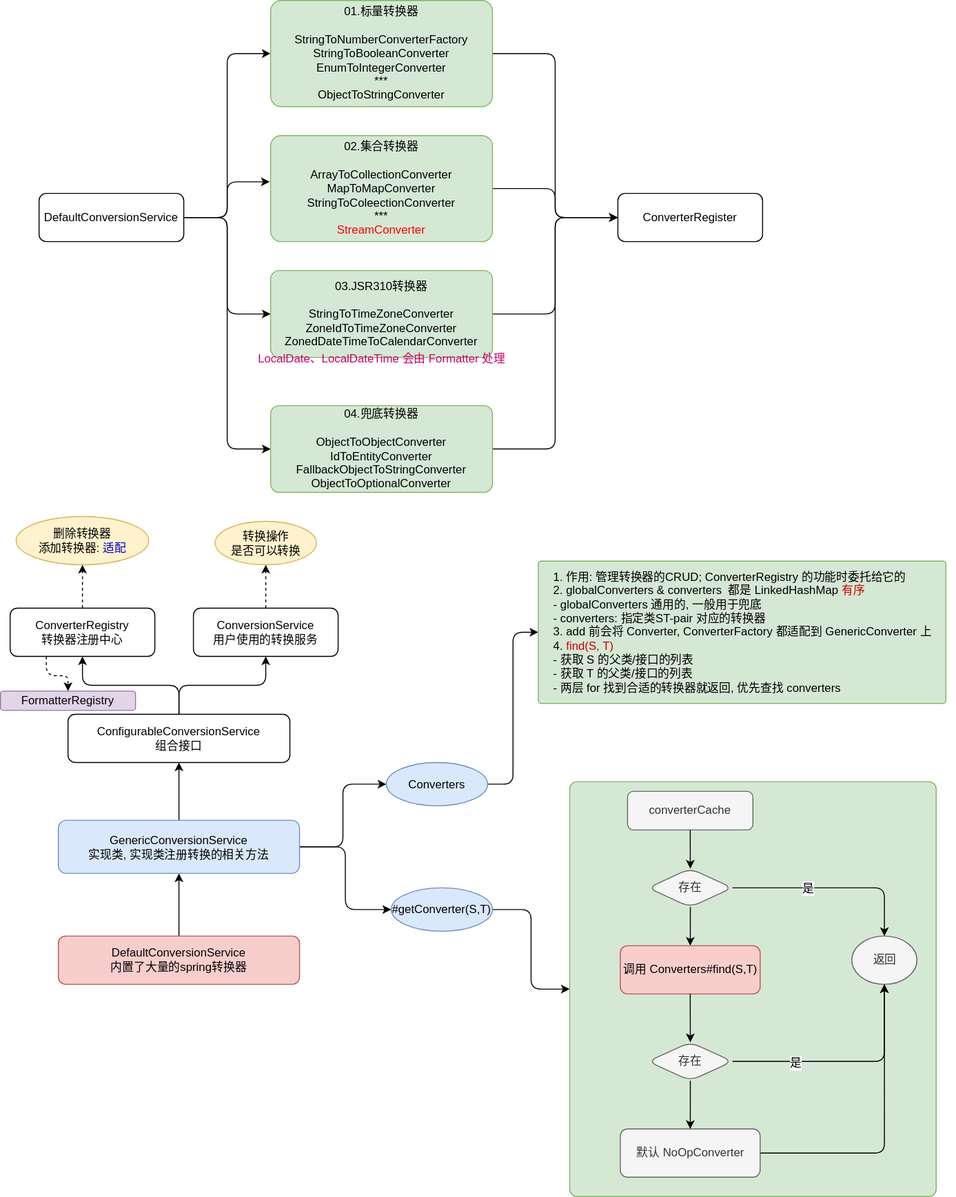
Alice52/diagrams keeps this draw.io diagram as diagrams/spring/type-convert/03.conversion-service.svg. Above is the earlier version. Source tidied: cells renumbered, new cells last; positions are measured from the earlier drawing's top-left corner, leaving out a move shared by most shapes.
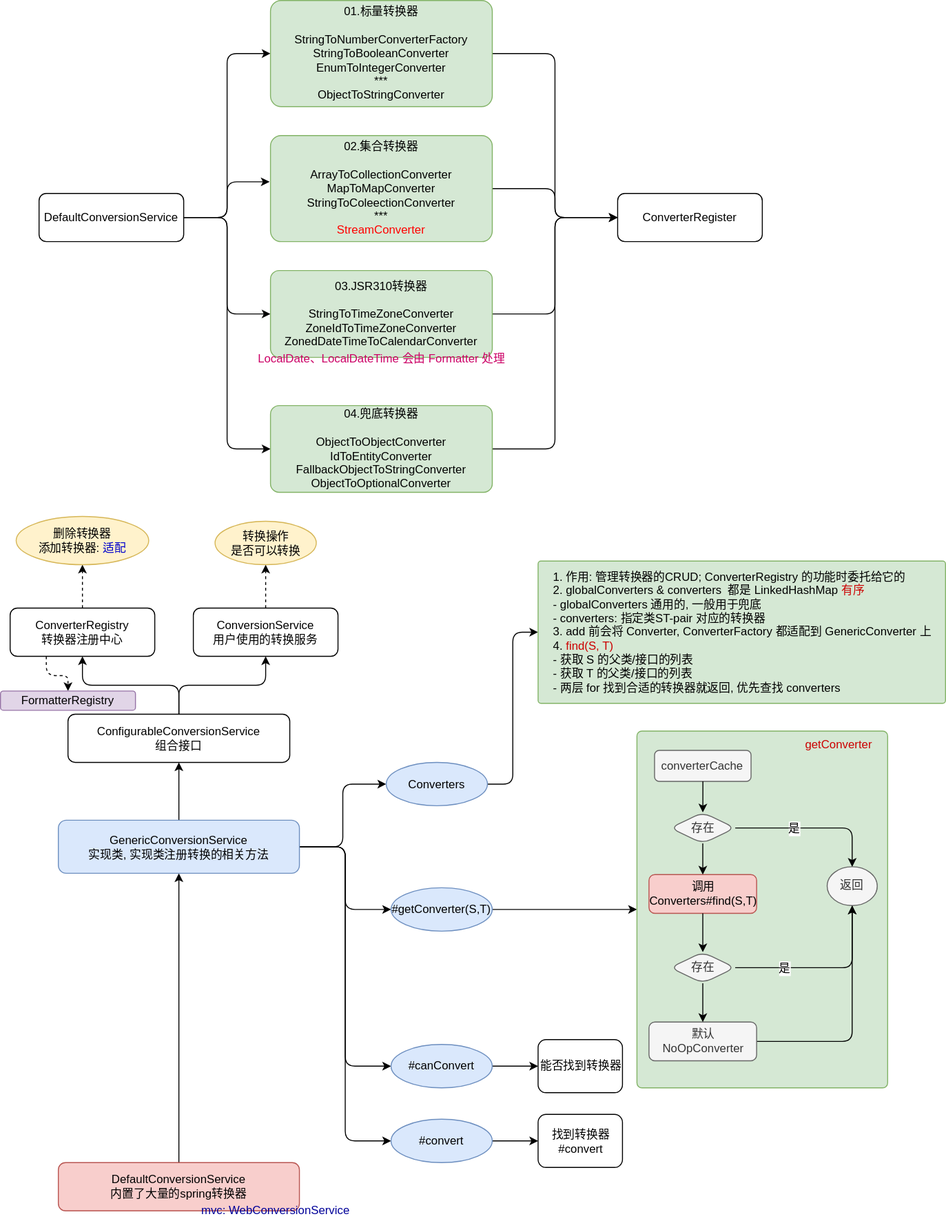
After the commit.

Commit message:
spring: refine type converter

What changed in the source:
```diff
@@ -51,7 +51,7 @@
       <mxGeometry relative="1" as="geometry" />
     </mxCell>
     <mxCell id="18" value="DefaultConversionService&lt;br&gt;内置了大量的spring转换器" style="rounded=1;whiteSpace=wrap;html=1;fillColor=#f8cecc;strokeColor=#b85450;" parent="1" vertex="1">
-      <mxGeometry x="60" y="970" width="250" height="50" as="geometry" />
+      <mxGeometry x="60" y="1205" width="250" height="50" as="geometry" />
     </mxCell>
     <mxCell id="19" style="edgeStyle=orthogonalEdgeStyle;rounded=0;jettySize=auto;html=1;" parent="1" edge="1" source="22" target="25">
       <mxGeometry relative="1" as="geometry" />
@@ -62,6 +62,12 @@
     <mxCell id="21" style="edgeStyle=orthogonalEdgeStyle;rounded=1;jettySize=auto;html=1;entryX=0;entryY=0.5;entryDx=0;entryDy=0;strokeColor=#000000;" parent="1" edge="1" source="22" target="35">
       <mxGeometry relative="1" as="geometry" />
     </mxCell>
+    <mxCell id="57" style="edgeStyle=orthogonalEdgeStyle;rounded=1;jettySize=auto;html=1;entryX=0;entryY=0.5;entryDx=0;entryDy=0;" parent="1" edge="1" source="22" target="62">
+      <mxGeometry relative="1" as="geometry" />
+    </mxCell>
+    <mxCell id="58" style="edgeStyle=orthogonalEdgeStyle;rounded=1;jettySize=auto;html=1;entryX=0;entryY=0.5;entryDx=0;entryDy=0;" parent="1" edge="1" source="22" target="64">
+      <mxGeometry relative="1" as="geometry" />
+    </mxCell>
     <mxCell id="22" value="GenericConversionService&lt;br&gt;实现类, 实现类注册转换的相关方法" style="rounded=1;whiteSpace=wrap;html=1;fillColor=#dae8fc;strokeColor=#6c8ebf;" parent="1" vertex="1">
       <mxGeometry x="60" y="850" width="250" height="55" as="geometry" />
     </mxCell>
@@ -113,59 +119,80 @@
     <mxCell id="38" value="#getConverter(S,T)" style="ellipse;whiteSpace=wrap;html=1;rounded=1;fillColor=#dae8fc;strokeColor=#6c8ebf;" parent="1" vertex="1">
       <mxGeometry x="405" y="920" width="105" height="45" as="geometry" />
     </mxCell>
-    <mxCell id="39" style="group;" parent="1" vertex="1">
-      <mxGeometry x="590" y="810" width="400" height="430" as="geometry" />
-    </mxCell>
+    <mxCell id="59" style="group;" parent="1" vertex="1">
+      <mxGeometry x="660" y="757.5" width="260" height="370" as="geometry" />
+    </mxCell>
-    <mxCell id="40" value="&lt;div style=&quot;text-align: left&quot;&gt;&lt;br&gt;&lt;/div&gt;" style="whiteSpace=wrap;html=1;rounded=1;strokeColor=#82b366;fillColor=#d5e8d4;arcSize=2;" parent="39" vertex="1">
-      <mxGeometry width="380" height="430" as="geometry" />
+    <mxCell id="40" value="&lt;div style=&quot;text-align: left&quot;&gt;&lt;br&gt;&lt;/div&gt;" style="whiteSpace=wrap;html=1;rounded=1;strokeColor=#82b366;fillColor=#d5e8d4;arcSize=2;" parent="59" vertex="1">
+      <mxGeometry width="260" height="370" as="geometry" />
     </mxCell>
-    <mxCell id="41" style="group;" parent="39" vertex="1">
-      <mxGeometry x="52.5" y="10" width="347.5" height="410" as="geometry" />
-    </mxCell>
-    <mxCell id="42" value="converterCache" style="rounded=1;whiteSpace=wrap;html=1;fillColor=#f5f5f5;strokeColor=#666666;fontColor=#333333;" parent="41" vertex="1">
-      <mxGeometry x="7.5" width="130" height="40" as="geometry" />
+    <mxCell id="42" value="converterCache" style="rounded=1;whiteSpace=wrap;html=1;fillColor=#f5f5f5;strokeColor=#666666;fontColor=#333333;" parent="59" vertex="1">
+      <mxGeometry x="18.3" y="20" width="100.1" height="32.2" as="geometry" />
     </mxCell>
-    <mxCell id="43" value="存在" style="rhombus;whiteSpace=wrap;html=1;rounded=1;fontColor=#333333;strokeColor=#666666;fillColor=#f5f5f5;" parent="41" vertex="1">
-      <mxGeometry x="28.8" y="80" width="87.5" height="40" as="geometry" />
+    <mxCell id="43" value="存在" style="rhombus;whiteSpace=wrap;html=1;rounded=1;fontColor=#333333;strokeColor=#666666;fillColor=#f5f5f5;" parent="59" vertex="1">
+      <mxGeometry x="34.6" y="84.4" width="67.4" height="32.2" as="geometry" />
     </mxCell>
-    <mxCell id="44" style="edgeStyle=orthogonalEdgeStyle;rounded=1;jettySize=auto;html=1;strokeColor=#000000;" parent="41" edge="1" source="42" target="43">
-      <mxGeometry relative="1" as="geometry" />
+    <mxCell id="44" style="edgeStyle=orthogonalEdgeStyle;rounded=1;jettySize=auto;html=1;strokeColor=#000000;" parent="59" edge="1" source="42" target="43">
+      <mxGeometry x="12.5" y="20" as="geometry" />
     </mxCell>
-    <mxCell id="45" value="返回" style="ellipse;whiteSpace=wrap;html=1;rounded=1;fontColor=#333333;strokeColor=#666666;fillColor=#f5f5f5;" parent="41" vertex="1">
-      <mxGeometry x="240" y="150" width="67.5" height="50" as="geometry" />
+    <mxCell id="45" value="返回" style="ellipse;whiteSpace=wrap;html=1;rounded=1;fontColor=#333333;strokeColor=#666666;fillColor=#f5f5f5;" parent="59" vertex="1">
+      <mxGeometry x="197.2" y="140.7" width="52" height="40.2" as="geometry" />
     </mxCell>
-    <mxCell id="46" style="edgeStyle=orthogonalEdgeStyle;rounded=1;jettySize=auto;html=1;strokeColor=#000000;" parent="41" edge="1" source="43" target="45">
-      <mxGeometry relative="1" as="geometry" />
+    <mxCell id="46" style="edgeStyle=orthogonalEdgeStyle;rounded=1;jettySize=auto;html=1;strokeColor=#000000;" parent="59" edge="1" source="43" target="45">
+      <mxGeometry x="12.5" y="20" as="geometry" />
     </mxCell>
     <mxCell id="47" value="&lt;font style=&quot;font-size: 12px&quot;&gt;是&lt;/font&gt;" style="edgeLabel;html=1;align=center;verticalAlign=middle;" parent="46" vertex="1">
       <mxGeometry x="-0.25" relative="1" as="geometry" />
     </mxCell>
-    <mxCell id="48" value="调用 Converters#find(S,T)" style="whiteSpace=wrap;html=1;rounded=1;strokeColor=#b85450;fillColor=#f8cecc;" parent="41" vertex="1">
-      <mxGeometry y="160" width="145" height="50" as="geometry" />
+    <mxCell id="48" value="调用 Converters#find(S,T)" style="whiteSpace=wrap;html=1;rounded=1;strokeColor=#b85450;fillColor=#f8cecc;" parent="59" vertex="1">
+      <mxGeometry x="12.5" y="148.8" width="111.6" height="40.2" as="geometry" />
     </mxCell>
-    <mxCell id="49" style="edgeStyle=orthogonalEdgeStyle;rounded=1;jettySize=auto;html=1;strokeColor=#000000;" parent="41" edge="1" source="43" target="48">
-      <mxGeometry relative="1" as="geometry" />
+    <mxCell id="49" style="edgeStyle=orthogonalEdgeStyle;rounded=1;jettySize=auto;html=1;strokeColor=#000000;" parent="59" edge="1" source="43" target="48">
+      <mxGeometry x="12.5" y="20" as="geometry" />
     </mxCell>
-    <mxCell id="50" style="edgeStyle=orthogonalEdgeStyle;rounded=1;jettySize=auto;html=1;entryX=0.5;entryY=1;entryDx=0;entryDy=0;strokeColor=#000000;" parent="41" edge="1" source="52" target="45">
-      <mxGeometry relative="1" as="geometry" />
+    <mxCell id="50" style="edgeStyle=orthogonalEdgeStyle;rounded=1;jettySize=auto;html=1;entryX=0.5;entryY=1;entryDx=0;entryDy=0;strokeColor=#000000;" parent="59" edge="1" source="52" target="45">
+      <mxGeometry x="12.5" y="20" as="geometry" />
     </mxCell>
     <mxCell id="51" value="&lt;font style=&quot;font-size: 12px&quot;&gt;是&lt;/font&gt;" style="edgeLabel;html=1;align=center;verticalAlign=middle;" parent="50" vertex="1">
       <mxGeometry x="-0.45" y="-1" relative="1" as="geometry" />
     </mxCell>
-    <mxCell id="52" value="存在" style="rhombus;whiteSpace=wrap;html=1;rounded=1;fontColor=#333333;strokeColor=#666666;fillColor=#f5f5f5;" parent="41" vertex="1">
-      <mxGeometry x="28.8" y="260" width="87.5" height="40" as="geometry" />
+    <mxCell id="52" value="存在" style="rhombus;whiteSpace=wrap;html=1;rounded=1;fontColor=#333333;strokeColor=#666666;fillColor=#f5f5f5;" parent="59" vertex="1">
+      <mxGeometry x="34.6" y="229.3" width="67.4" height="32.2" as="geometry" />
     </mxCell>
-    <mxCell id="53" style="edgeStyle=orthogonalEdgeStyle;rounded=1;jettySize=auto;html=1;strokeColor=#000000;" parent="41" edge="1" source="48" target="52">
-      <mxGeometry relative="1" as="geometry" />
+    <mxCell id="53" style="edgeStyle=orthogonalEdgeStyle;rounded=1;jettySize=auto;html=1;strokeColor=#000000;" parent="59" edge="1" source="48" target="52">
+      <mxGeometry x="12.5" y="20" as="geometry" />
     </mxCell>
-    <mxCell id="54" style="edgeStyle=orthogonalEdgeStyle;rounded=1;jettySize=auto;html=1;entryX=0.5;entryY=1;entryDx=0;entryDy=0;strokeColor=#000000;" parent="41" edge="1" source="55" target="45">
-      <mxGeometry relative="1" as="geometry" />
+    <mxCell id="54" style="edgeStyle=orthogonalEdgeStyle;rounded=1;jettySize=auto;html=1;entryX=0.5;entryY=1;entryDx=0;entryDy=0;strokeColor=#000000;" parent="59" edge="1" source="55" target="45">
+      <mxGeometry x="12.5" y="20" as="geometry" />
     </mxCell>
-    <mxCell id="55" value="默认 NoOpConverter" style="whiteSpace=wrap;html=1;rounded=1;fontColor=#333333;strokeColor=#666666;fillColor=#f5f5f5;" parent="41" vertex="1">
-      <mxGeometry y="350" width="145" height="50" as="geometry" />
+    <mxCell id="55" value="默认 NoOpConverter" style="whiteSpace=wrap;html=1;rounded=1;fontColor=#333333;strokeColor=#666666;fillColor=#f5f5f5;" parent="59" vertex="1">
+      <mxGeometry x="12.5" y="301.7" width="111.6" height="40.2" as="geometry" />
     </mxCell>
-    <mxCell id="56" style="edgeStyle=orthogonalEdgeStyle;rounded=1;jettySize=auto;html=1;strokeColor=#000000;" parent="41" edge="1" source="52" target="55">
-      <mxGeometry relative="1" as="geometry" />
+    <mxCell id="56" style="edgeStyle=orthogonalEdgeStyle;rounded=1;jettySize=auto;html=1;strokeColor=#000000;" parent="59" edge="1" source="52" target="55">
+      <mxGeometry x="12.5" y="20" as="geometry" />
     </mxCell>
+    <mxCell id="60" value="&lt;font color=&quot;#cc0000&quot;&gt;getConverter&lt;/font&gt;" style="text;html=1;align=center;verticalAlign=middle;strokeColor=none;" parent="59" vertex="1">
+      <mxGeometry x="169.2" y="4.5" width="80" height="20" as="geometry" />
+    </mxCell>
+    <mxCell id="61" style="edgeStyle=orthogonalEdgeStyle;rounded=1;jettySize=auto;html=1;" parent="1" edge="1" source="62" target="65">
+      <mxGeometry relative="1" as="geometry" />
+    </mxCell>
+    <mxCell id="62" value="#canConvert" style="ellipse;whiteSpace=wrap;html=1;rounded=1;fillColor=#dae8fc;strokeColor=#6c8ebf;" parent="1" vertex="1">
+      <mxGeometry x="405" y="1082.5" width="105" height="45" as="geometry" />
+    </mxCell>
+    <mxCell id="63" style="edgeStyle=orthogonalEdgeStyle;rounded=1;jettySize=auto;html=1;" parent="1" edge="1" source="64" target="66">
+      <mxGeometry relative="1" as="geometry" />
+    </mxCell>
+    <mxCell id="64" value="#convert" style="ellipse;whiteSpace=wrap;html=1;rounded=1;fillColor=#dae8fc;strokeColor=#6c8ebf;" parent="1" vertex="1">
+      <mxGeometry x="405" y="1160" width="105" height="45" as="geometry" />
+    </mxCell>
+    <mxCell id="65" value="能否找到转换器" style="whiteSpace=wrap;html=1;rounded=1;" parent="1" vertex="1">
+      <mxGeometry x="557.5" y="1077.5" width="87.5" height="55" as="geometry" />
+    </mxCell>
+    <mxCell id="66" value="找到转换器&lt;br&gt;#convert" style="whiteSpace=wrap;html=1;rounded=1;" parent="1" vertex="1">
+      <mxGeometry x="557.5" y="1155" width="87.5" height="55" as="geometry" />
+    </mxCell>
+    <mxCell id="67" value="&lt;font color=&quot;#000099&quot;&gt;mvc: WebConversionService&lt;/font&gt;" style="text;html=1;align=center;verticalAlign=middle;strokeColor=none;" parent="1" vertex="1">
+      <mxGeometry x="200" y="1245" width="170" height="20" as="geometry" />
+    </mxCell>
   </root>
 </mxGraphModel>
```
